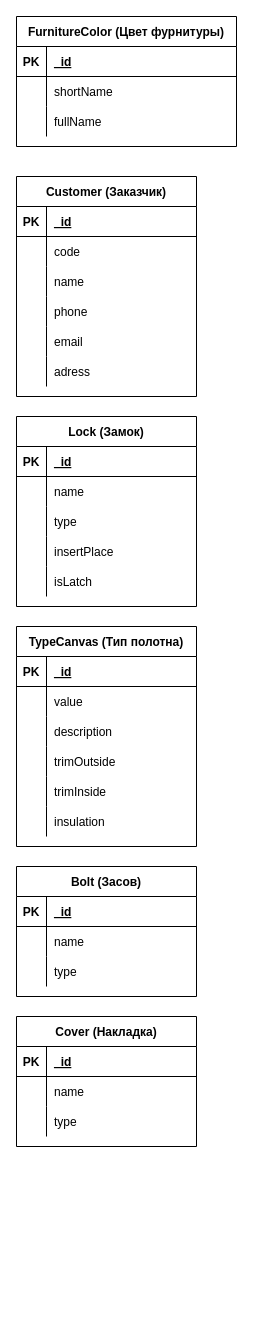
Above: schema.drawio in ProSysYo/bunker (draw.io), before the change. Source tidied: cells renumbered, new cells numbered last; positions are measured from the earlier drawing's top-left corner, leaving out a move shared by most shapes. Both pictures are drawn from the tidied source at 100%, with x=0, y=0 at pixel (16, 16).
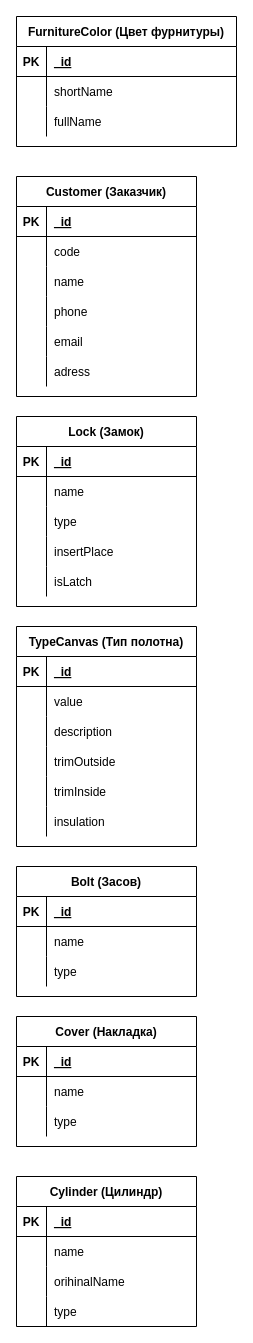
After the change.

The edit, as a diff of the source:
```diff
@@
+    <mxCell id="86" value="Cylinder (Цилиндр)" style="shape=table;startSize=30;childLayout=tableLayout;rowLines=0;fontStyle=1;align=center;" parent="1" vertex="1">
+      <mxGeometry y="1160" width="180" height="150" as="geometry" />
+    </mxCell>
+    <mxCell id="87" style="shape=partialRectangle;fillColor=none;top=0;left=0;bottom=1;right=0;" parent="86" vertex="1">
+      <mxGeometry y="30" width="180" height="30" as="geometry" />
+    </mxCell>
+    <mxCell id="88" value="PK" style="shape=partialRectangle;fillColor=none;top=0;left=0;bottom=0;right=0;fontStyle=1;overflow=hidden;" parent="87" vertex="1">
+      <mxGeometry width="30" height="30" as="geometry" />
+    </mxCell>
+    <mxCell id="89" value="_id" style="shape=partialRectangle;fillColor=none;top=0;left=0;bottom=0;right=0;align=left;spacingLeft=6;fontStyle=5;overflow=hidden;" parent="87" vertex="1">
+      <mxGeometry x="30" width="150" height="30" as="geometry" />
+    </mxCell>
+    <mxCell id="90" style="shape=partialRectangle;fillColor=none;top=0;left=0;bottom=0;right=0;" parent="86" vertex="1">
+      <mxGeometry y="60" width="180" height="30" as="geometry" />
+    </mxCell>
+    <mxCell id="91" style="shape=partialRectangle;fillColor=none;top=0;left=0;bottom=0;right=0;overflow=hidden;" parent="90" vertex="1">
+      <mxGeometry width="30" height="30" as="geometry" />
+    </mxCell>
+    <mxCell id="92" value="name" style="shape=partialRectangle;fillColor=none;top=0;left=0;bottom=0;right=0;align=left;spacingLeft=6;overflow=hidden;" parent="90" vertex="1">
+      <mxGeometry x="30" width="150" height="30" as="geometry" />
+    </mxCell>
+    <mxCell id="93" style="shape=partialRectangle;fillColor=none;top=0;left=0;bottom=0;right=0;" parent="86" vertex="1">
+      <mxGeometry y="90" width="180" height="30" as="geometry" />
+    </mxCell>
+    <mxCell id="94" style="shape=partialRectangle;fillColor=none;top=0;left=0;bottom=0;right=0;overflow=hidden;" parent="93" vertex="1">
+      <mxGeometry width="30" height="30" as="geometry" />
+    </mxCell>
+    <mxCell id="95" value="orihinalName" style="shape=partialRectangle;fillColor=none;top=0;left=0;bottom=0;right=0;align=left;spacingLeft=6;overflow=hidden;" parent="93" vertex="1">
+      <mxGeometry x="30" width="150" height="30" as="geometry" />
+    </mxCell>
+    <mxCell id="96" style="shape=partialRectangle;fillColor=none;top=0;left=0;bottom=0;right=0;" parent="86" vertex="1">
+      <mxGeometry y="120" width="180" height="30" as="geometry" />
+    </mxCell>
+    <mxCell id="97" style="shape=partialRectangle;fillColor=none;top=0;left=0;bottom=0;right=0;overflow=hidden;" parent="96" vertex="1">
+      <mxGeometry width="30" height="30" as="geometry" />
+    </mxCell>
+    <mxCell id="98" value="type" style="shape=partialRectangle;fillColor=none;top=0;left=0;bottom=0;right=0;align=left;spacingLeft=6;overflow=hidden;" parent="96" vertex="1">
+      <mxGeometry x="30" width="150" height="30" as="geometry" />
+    </mxCell>
```
